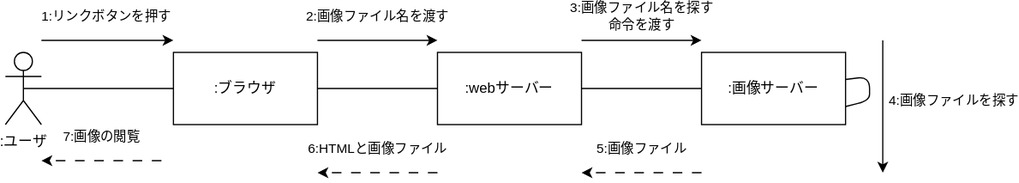
Before: 演習５-1_CD_Web画像検索.drawio.svg, a diagram exported from draw.io (tanumahikaru/uml-into). Source tidied: cells renumbered, new cells last; positions are measured from the earlier drawing's top-left corner, leaving out a move shared by most shapes.
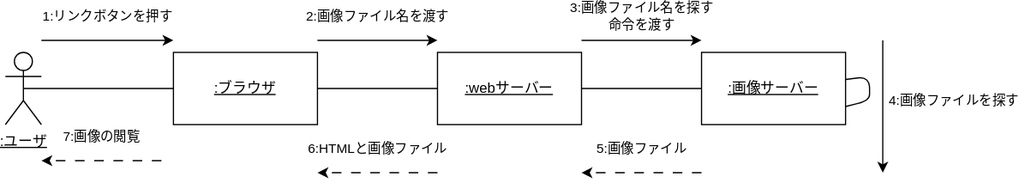
The same diagram one commit later.

Diff of the diagram source:
```diff
@@ -7,22 +7,22 @@
         <mxPoint x="140" y="40" as="targetPoint" />
       </mxGeometry>
     </mxCell>
-    <mxCell id="3" value=":ユーザ" style="shape=umlActor;verticalLabelPosition=bottom;verticalAlign=top;html=1;outlineConnect=0;" parent="1" vertex="1">
+    <mxCell id="3" value="&lt;u&gt;:ユーザ&lt;/u&gt;" style="shape=umlActor;verticalLabelPosition=bottom;verticalAlign=top;html=1;outlineConnect=0;" parent="1" vertex="1">
       <mxGeometry y="10" width="30" height="60" as="geometry" />
     </mxCell>
     <mxCell id="4" style="edgeStyle=none;html=1;endArrow=none;endFill=0;" parent="1" edge="1" source="5" target="7">
       <mxGeometry relative="1" as="geometry" />
     </mxCell>
-    <mxCell id="5" value=":ブラウザ" style="rounded=0;whiteSpace=wrap;html=1;" parent="1" vertex="1">
+    <mxCell id="5" value="&lt;u&gt;:ブラウザ&lt;/u&gt;" style="rounded=0;whiteSpace=wrap;html=1;" parent="1" vertex="1">
       <mxGeometry x="140" y="10" width="120" height="60" as="geometry" />
     </mxCell>
     <mxCell id="6" style="edgeStyle=none;html=1;endArrow=none;endFill=0;" parent="1" edge="1" source="7" target="8">
       <mxGeometry relative="1" as="geometry" />
     </mxCell>
-    <mxCell id="7" value=":webサーバー" style="rounded=0;whiteSpace=wrap;html=1;" parent="1" vertex="1">
+    <mxCell id="7" value="&lt;u&gt;:webサーバー&lt;/u&gt;" style="rounded=0;whiteSpace=wrap;html=1;" parent="1" vertex="1">
       <mxGeometry x="360" y="10" width="120" height="60" as="geometry" />
     </mxCell>
-    <mxCell id="8" value=":画像サーバー" style="rounded=0;whiteSpace=wrap;html=1;" parent="1" vertex="1">
+    <mxCell id="8" value="&lt;u&gt;:画像サーバー&lt;/u&gt;" style="rounded=0;whiteSpace=wrap;html=1;" parent="1" vertex="1">
       <mxGeometry x="580" y="10" width="120" height="60" as="geometry" />
     </mxCell>
     <mxCell id="9" value="5:画像ファイル" style="endArrow=classic;html=1;dashed=1;dashPattern=8 8;" parent="1" edge="1">
```
